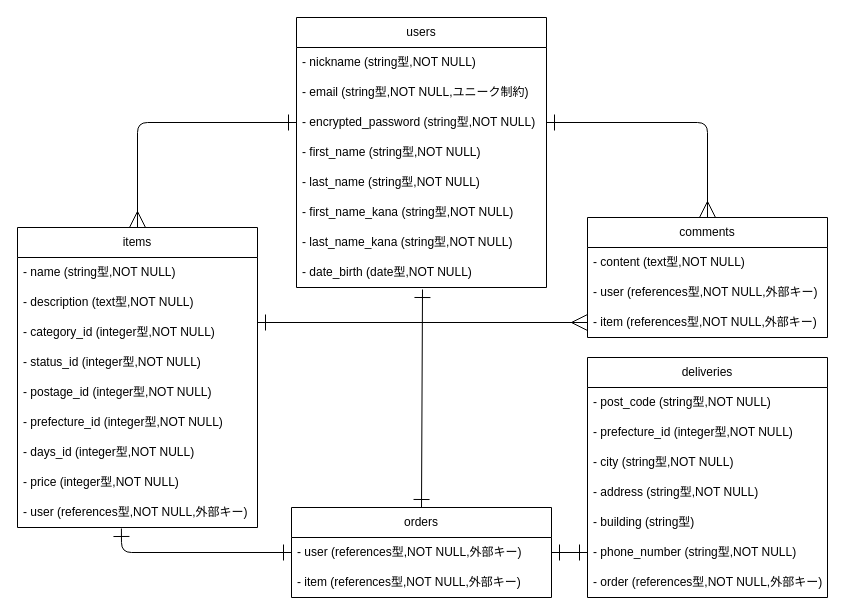
Above: furima.dio in rui1100/furima-39660 (draw.io), before the change. Source tidied: cells renumbered, new cells numbered last; positions are measured from the earlier drawing's top-left corner, leaving out a move shared by most shapes. Both pictures are drawn from the tidied source at 100%, with x=0, y=0 at pixel (17, 17).
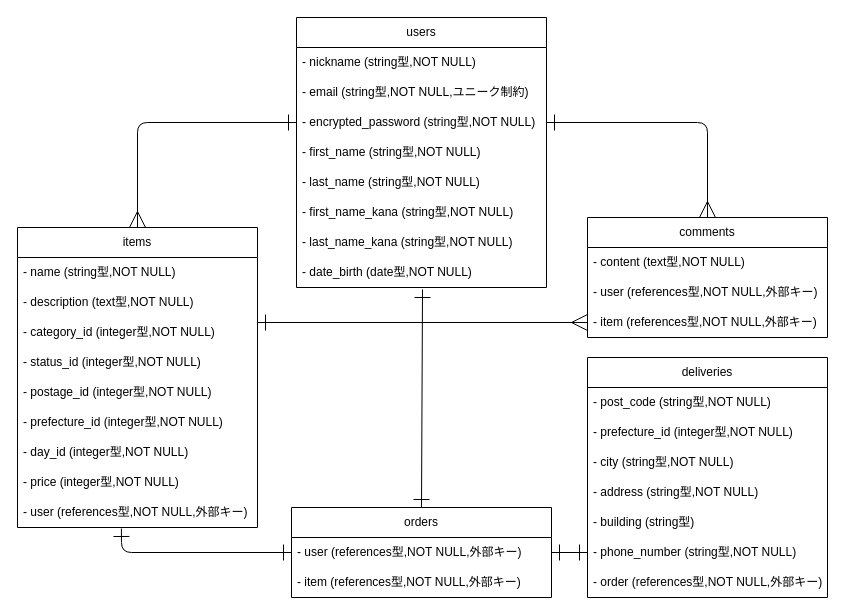
The same diagram, later.

Commit message (it also covers changes not shown here):
データベース設計_修正_1202_3

Unchanged cells that the change refers to:
```xml
<mxCell id="11" value="items" style="swimlane;fontStyle=0;horizontal=1;startSize=30;whiteSpace=wrap;html=1;" parent="1" vertex="1">
  <mxGeometry y="210" width="240" height="300" as="geometry" />
</mxCell>
```

What changed in the source:
```diff
@@
-    <mxCell id="18" value="- days_id (integer型,NOT NULL)" style="text;strokeColor=none;fillColor=none;align=left;verticalAlign=middle;spacingLeft=4;spacingRight=4;overflow=hidden;whiteSpace=wrap;html=1;" parent="11" vertex="1">
+    <mxCell id="18" value="- day_id (integer型,NOT NULL)" style="text;strokeColor=none;fillColor=none;align=left;verticalAlign=middle;spacingLeft=4;spacingRight=4;overflow=hidden;whiteSpace=wrap;html=1;" parent="11" vertex="1">
       <mxGeometry y="210" width="240" height="30" as="geometry" />
     </mxCell>
```
